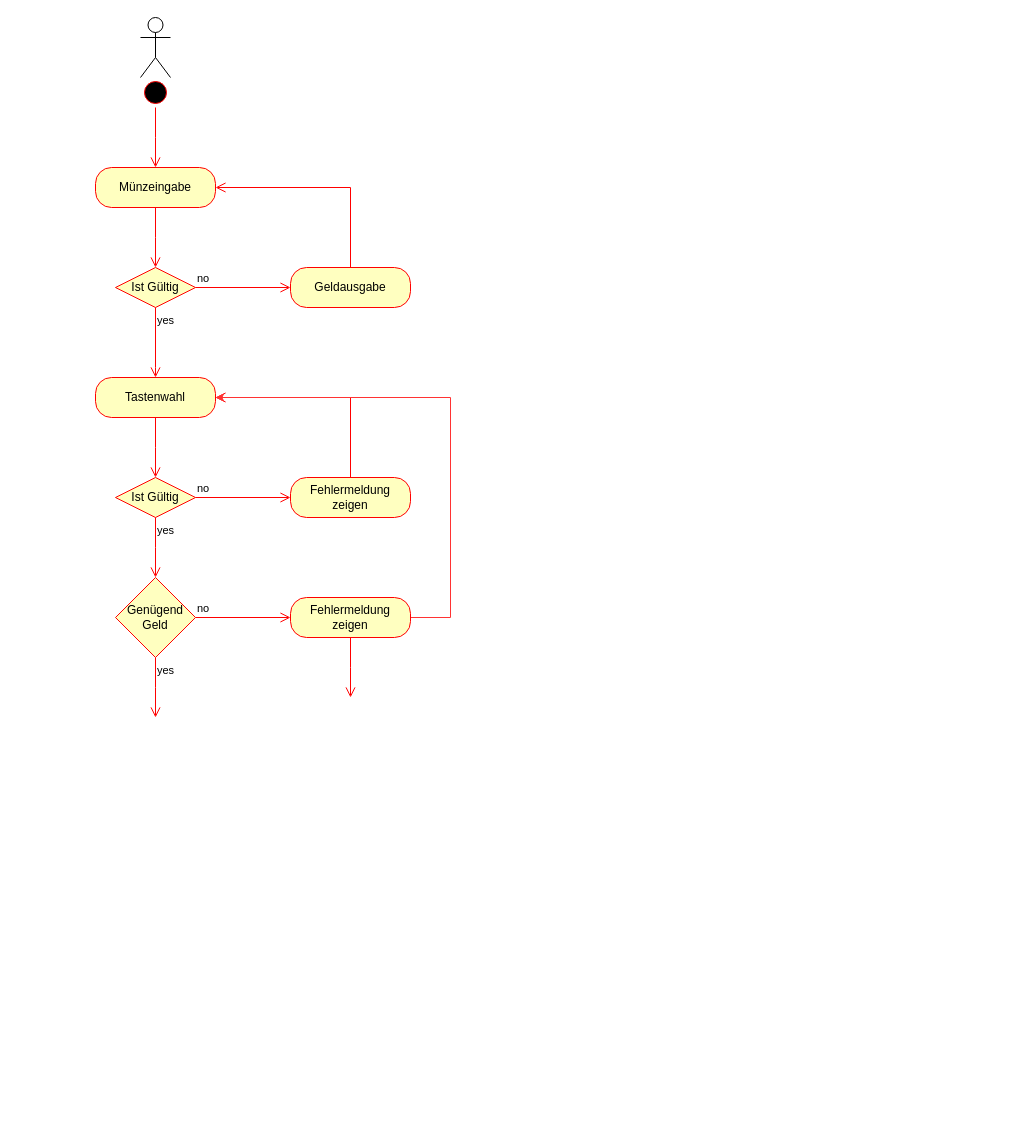
The draw.io diagram Unbenanntes Diagramm.drawio in Kleinanzeige386/UMLStuff, before the edit. Source tidied: cells renumbered, new cells numbered last; positions are measured from the earlier drawing's top-left corner, leaving out a move shared by most shapes. Both pictures are drawn from the tidied source at 100%, with x=0, y=0 at pixel (95, 17).
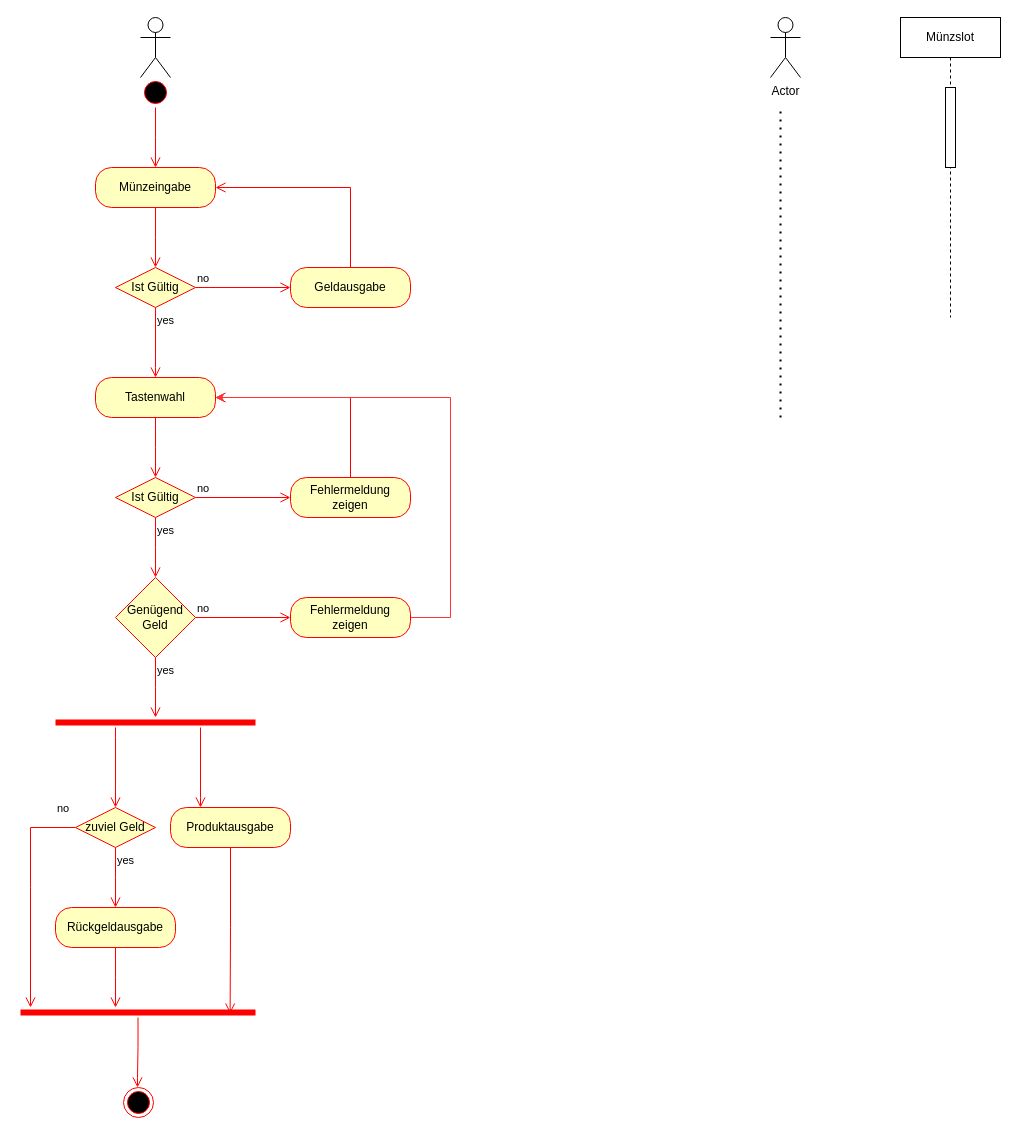
The same diagram, later.

The change refers to these unchanged cells:
```xml
<mxCell id="23" value="Fehlermeldung zeigen" style="rounded=1;whiteSpace=wrap;html=1;arcSize=40;fontColor=#000000;fillColor=#ffffc0;strokeColor=#ff0000;" parent="1" vertex="1">
  <mxGeometry x="195" y="580" width="120" height="40" as="geometry" />
</mxCell>
```

Change to the diagram source:
```diff
@@
-    <mxCell id="24" style="edgeStyle=orthogonalEdgeStyle;html=1;verticalAlign=bottom;endArrow=open;endSize=8;strokeColor=#ff0000;rounded=0;" parent="1" edge="1" source="23">
-      <mxGeometry relative="1" as="geometry">
-        <mxPoint x="255" y="680" as="targetPoint" />
-      </mxGeometry>
-    </mxCell>
+    <mxCell id="25" style="shape=line;html=1;strokeWidth=6;strokeColor=#ff0000;" parent="1" vertex="1">
+      <mxGeometry x="-40" y="700" width="200" height="10" as="geometry" />
+    </mxCell>
+    <mxCell id="26" style="edgeStyle=orthogonalEdgeStyle;html=1;verticalAlign=bottom;endArrow=open;endSize=8;strokeColor=#ff0000;rounded=0;" parent="1" edge="1" source="25">
+      <mxGeometry relative="1" as="geometry">
+        <mxPoint x="105" y="790" as="targetPoint" />
+        <Array as="points">
+          <mxPoint x="105" y="780" />
+        </Array>
+      </mxGeometry>
+    </mxCell>
+    <mxCell id="27" style="edgeStyle=orthogonalEdgeStyle;html=1;verticalAlign=bottom;endArrow=open;endSize=8;strokeColor=#ff0000;rounded=0;" parent="1" edge="1">
+      <mxGeometry relative="1" as="geometry">
+        <mxPoint x="20" y="710" as="sourcePoint" />
+        <mxPoint x="20" y="790" as="targetPoint" />
+        <Array as="points">
+          <mxPoint x="20" y="720" />
+          <mxPoint x="20" y="720" />
+        </Array>
+      </mxGeometry>
+    </mxCell>
+    <mxCell id="28" value="zuviel Geld" style="rhombus;whiteSpace=wrap;html=1;fontColor=#000000;fillColor=#ffffc0;strokeColor=#ff0000;" parent="1" vertex="1">
+      <mxGeometry x="-20" y="790" width="80" height="40" as="geometry" />
+    </mxCell>
+    <mxCell id="29" value="no" style="edgeStyle=orthogonalEdgeStyle;html=1;align=left;verticalAlign=bottom;endArrow=open;endSize=8;strokeColor=#ff0000;rounded=0;exitX=0;exitY=0.5;exitDx=0;exitDy=0;" parent="1" edge="1" source="28">
+      <mxGeometry x="-0.82" y="-10" relative="1" as="geometry">
+        <mxPoint x="-65" y="990" as="targetPoint" />
+        <Array as="points">
+          <mxPoint x="-65" y="810" />
+          <mxPoint x="-65" y="870" />
+        </Array>
+      </mxGeometry>
+    </mxCell>
+    <mxCell id="30" value="yes" style="edgeStyle=orthogonalEdgeStyle;html=1;align=left;verticalAlign=top;endArrow=open;endSize=8;strokeColor=#ff0000;rounded=0;" parent="1" edge="1" source="28">
+      <mxGeometry x="-1" relative="1" as="geometry">
+        <mxPoint x="20" y="890" as="targetPoint" />
+      </mxGeometry>
+    </mxCell>
+    <mxCell id="31" value="Produktausgabe" style="rounded=1;whiteSpace=wrap;html=1;arcSize=40;fontColor=#000000;fillColor=#ffffc0;strokeColor=#ff0000;" parent="1" vertex="1">
+      <mxGeometry x="75" y="790" width="120" height="40" as="geometry" />
+    </mxCell>
+    <mxCell id="32" style="edgeStyle=orthogonalEdgeStyle;html=1;verticalAlign=bottom;endArrow=open;endSize=8;strokeColor=#ff0000;rounded=0;entryX=0.892;entryY=0.607;entryDx=0;entryDy=0;entryPerimeter=0;" parent="1" edge="1" source="31" target="33">
+      <mxGeometry relative="1" as="geometry" />
+    </mxCell>
+    <mxCell id="33" style="shape=line;html=1;strokeWidth=6;strokeColor=#ff0000;" parent="1" vertex="1">
+      <mxGeometry x="-75" y="990" width="235" height="10" as="geometry" />
+    </mxCell>
+    <mxCell id="34" style="edgeStyle=orthogonalEdgeStyle;html=1;verticalAlign=bottom;endArrow=open;endSize=8;strokeColor=#ff0000;rounded=0;" parent="1" edge="1" source="33">
+      <mxGeometry relative="1" as="geometry">
+        <mxPoint x="42" y="1070" as="targetPoint" />
+        <Array as="points">
+          <mxPoint x="42" y="1030" />
+          <mxPoint x="42" y="1060" />
+          <mxPoint x="45" y="1060" />
+        </Array>
+      </mxGeometry>
+    </mxCell>
+    <mxCell id="35" value="Rückgeldausgabe" style="rounded=1;whiteSpace=wrap;html=1;arcSize=40;fontColor=#000000;fillColor=#ffffc0;strokeColor=#ff0000;" parent="1" vertex="1">
+      <mxGeometry x="-40" y="890" width="120" height="40" as="geometry" />
+    </mxCell>
+    <mxCell id="36" style="edgeStyle=orthogonalEdgeStyle;html=1;verticalAlign=bottom;endArrow=open;endSize=8;strokeColor=#ff0000;rounded=0;" parent="1" edge="1" source="35">
+      <mxGeometry relative="1" as="geometry">
+        <mxPoint x="20" y="990" as="targetPoint" />
+      </mxGeometry>
+    </mxCell>
+    <mxCell id="37" style="ellipse;html=1;shape=endState;fillColor=#000000;strokeColor=#ff0000;" parent="1" vertex="1">
+      <mxGeometry x="28" y="1070" width="30" height="30" as="geometry" />
+    </mxCell>
+    <mxCell id="38" value="Actor" style="shape=umlActor;verticalLabelPosition=bottom;verticalAlign=top;html=1;" parent="1" vertex="1">
+      <mxGeometry x="675" width="30" height="60" as="geometry" />
+    </mxCell>
+    <mxCell id="39" value="Münzslot" style="shape=umlLifeline;perimeter=lifelinePerimeter;whiteSpace=wrap;html=1;newEdgeStyle={&quot;edgeStyle&quot;:&quot;elbowEdgeStyle&quot;,&quot;elbow&quot;:&quot;vertical&quot;,&quot;curved&quot;:0,&quot;rounded&quot;:0};" parent="1" vertex="1">
+      <mxGeometry x="805" width="100" height="300" as="geometry" />
+    </mxCell>
+    <mxCell id="40" style="html=1;perimeter=orthogonalPerimeter;targetShapes=umlLifeline;newEdgeStyle={&quot;edgeStyle&quot;:&quot;elbowEdgeStyle&quot;,&quot;elbow&quot;:&quot;vertical&quot;,&quot;curved&quot;:0,&quot;rounded&quot;:0};" parent="39" vertex="1">
+      <mxGeometry x="45" y="70" width="10" height="80" as="geometry" />
+    </mxCell>
+    <mxCell id="41" style="endArrow=none;dashed=1;html=1;dashPattern=1 3;strokeWidth=2;rounded=0;" parent="1" edge="1">
+      <mxGeometry relative="1" as="geometry">
+        <mxPoint x="685" y="400" as="sourcePoint" />
+        <mxPoint x="685" y="90" as="targetPoint" />
+      </mxGeometry>
+    </mxCell>
```
